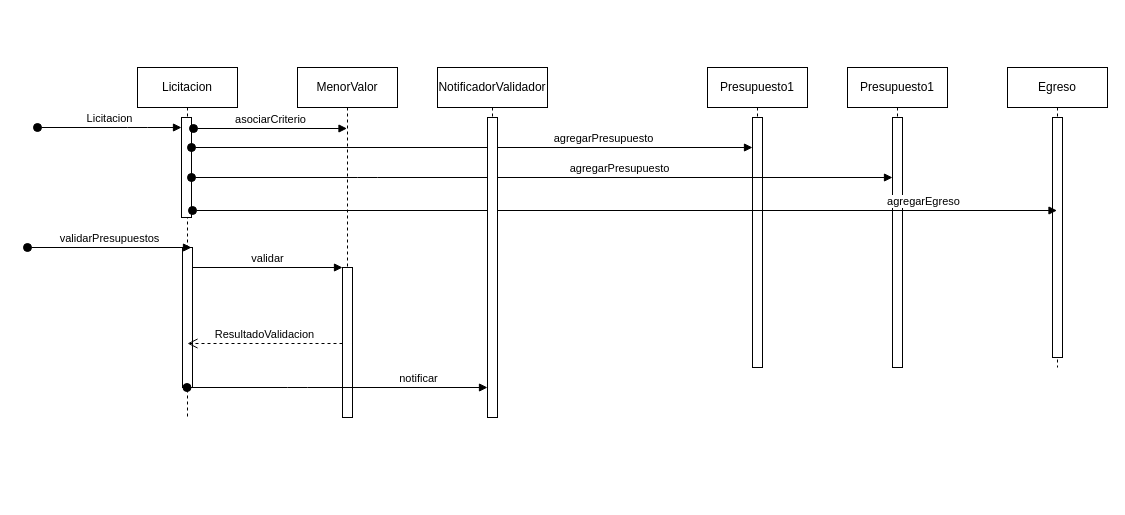
Earlier version of the draw.io diagram page "Page-2" (2 of 2) of doc/Diagrama secuencia.drawio (caromuscari/DDS2020-Aprobado). Source tidied: cells renumbered, new cells numbered last; positions are measured from the earlier drawing's top-left corner, leaving out a move shared by most shapes. Both pictures are drawn from the tidied source at 100%, with x=0, y=0 at pixel (27, 67).
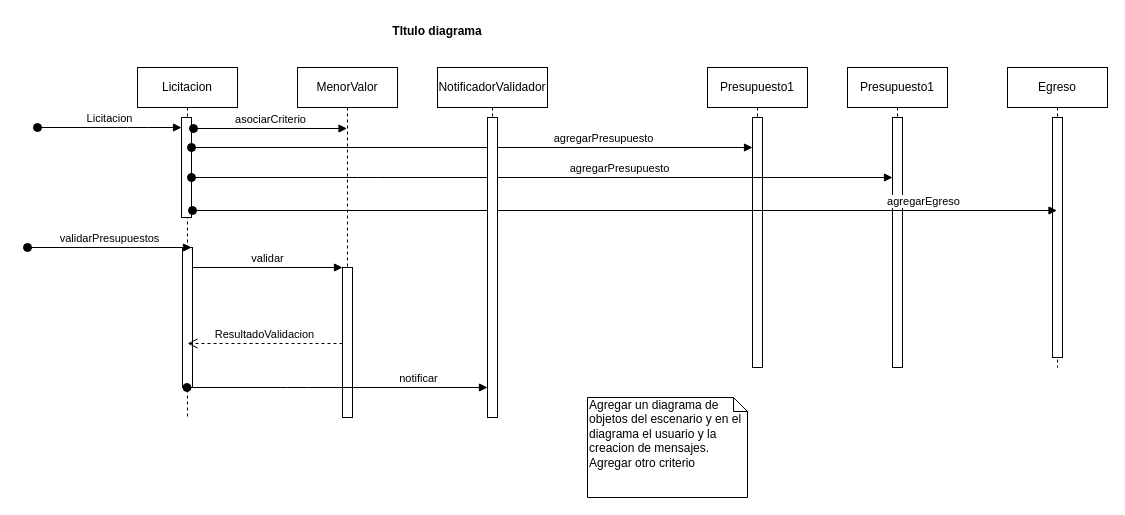
Above is the later version.

Change to the diagram source:
```diff
@@
+    <mxCell id="25" value="Agregar un diagrama de objetos del escenario y en el diagrama el usuario y la creacion de mensajes.&lt;br&gt;Agregar otro criterio" style="shape=note;whiteSpace=wrap;html=1;size=14;verticalAlign=top;align=left;spacingTop=-6;" parent="1" vertex="1">
+      <mxGeometry x="560" y="330" width="160" height="100" as="geometry" />
+    </mxCell>
+    <mxCell id="26" value="TItulo diagrama" style="text;align=center;fontStyle=1;verticalAlign=middle;spacingLeft=3;spacingRight=3;strokeColor=none;" parent="1" vertex="1">
+      <mxGeometry x="370" y="-50" width="80" height="26" as="geometry" />
+    </mxCell>
```
